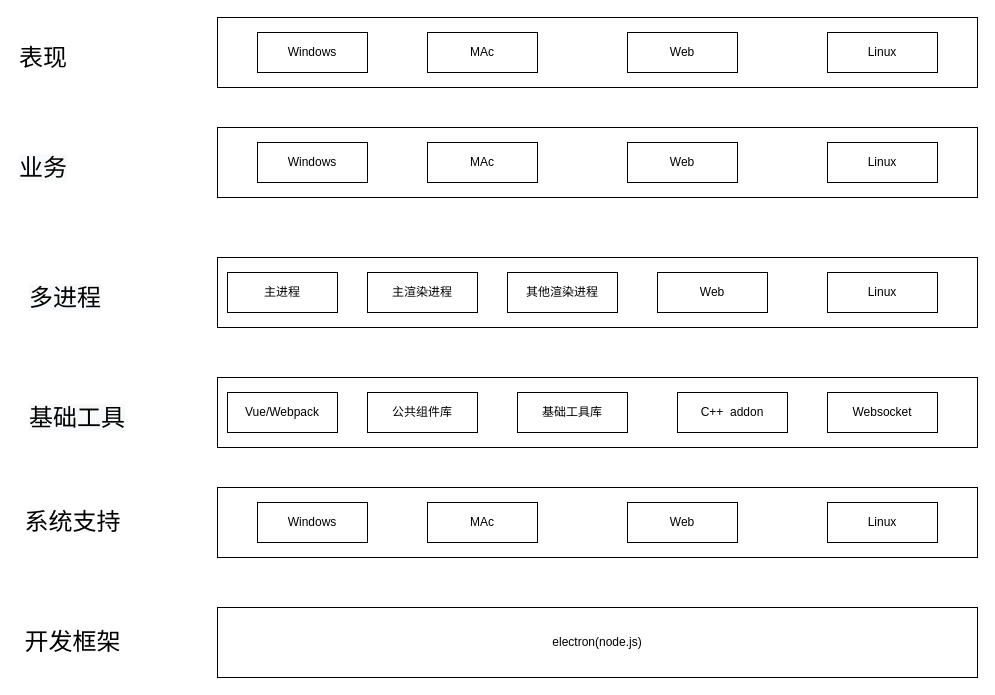
This is all.drawio from oppo-80343438/flowChart, a draw.io file, before an edit. Source tidied: cells renumbered, new cells numbered last; positions are measured from the earlier drawing's top-left corner, leaving out a move shared by most shapes. Both pictures are drawn from the tidied source at 100%, with x=0, y=0 at pixel (17, 17).
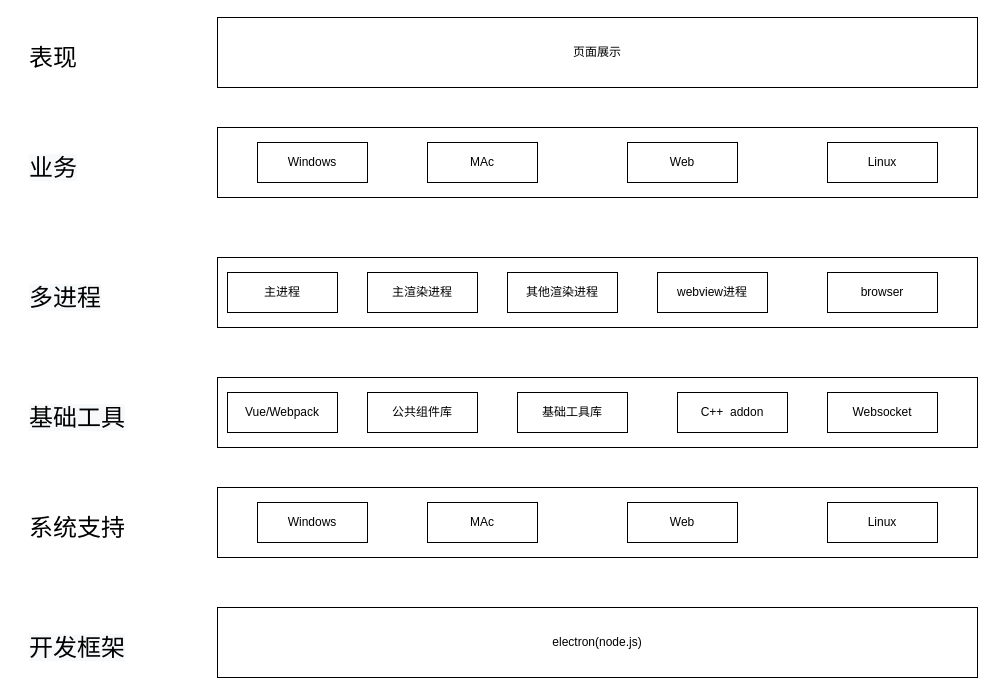
The same page after the edit.

Diff of the diagram source:
```diff
@@
-    <mxCell id="8" value="&lt;font style=&quot;font-size: 24px&quot;&gt;开发框架&lt;/font&gt;" style="text;html=1;align=center;verticalAlign=middle;strokeColor=none;" parent="1" vertex="1">
-      <mxGeometry y="615" width="110" height="20" as="geometry" />
-    </mxCell>
-    <mxCell id="9" value="&lt;font style=&quot;font-size: 24px&quot;&gt;系统支持&lt;/font&gt;" style="text;html=1;align=center;verticalAlign=middle;strokeColor=none;" parent="1" vertex="1">
-      <mxGeometry y="495" width="110" height="20" as="geometry" />
-    </mxCell>
@@
-    <mxCell id="18" value="Linux" style="rounded=0;whiteSpace=wrap;html=1;" parent="1" vertex="1">
+    <mxCell id="18" value="browser" style="rounded=0;whiteSpace=wrap;html=1;" parent="1" vertex="1">
       <mxGeometry x="810" y="255" width="110" height="40" as="geometry" />
     </mxCell>
@@
-    <mxCell id="24" style="rounded=0;whiteSpace=wrap;html=1;" parent="1" vertex="1">
+    <mxCell id="24" value="页面展示" style="rounded=0;whiteSpace=wrap;html=1;" parent="1" vertex="1">
       <mxGeometry x="200" width="760" height="70" as="geometry" />
     </mxCell>
-    <mxCell id="25" value="Windows" style="rounded=0;whiteSpace=wrap;html=1;" parent="1" vertex="1">
-      <mxGeometry x="240" y="15" width="110" height="40" as="geometry" />
-    </mxCell>
-    <mxCell id="26" value="MAc" style="rounded=0;whiteSpace=wrap;html=1;" parent="1" vertex="1">
-      <mxGeometry x="410" y="15" width="110" height="40" as="geometry" />
-    </mxCell>
-    <mxCell id="27" value="Web" style="rounded=0;whiteSpace=wrap;html=1;" parent="1" vertex="1">
-      <mxGeometry x="610" y="15" width="110" height="40" as="geometry" />
-    </mxCell>
-    <mxCell id="28" value="Linux" style="rounded=0;whiteSpace=wrap;html=1;" parent="1" vertex="1">
-      <mxGeometry x="810" y="15" width="110" height="40" as="geometry" />
-    </mxCell>
@@
     <mxCell id="31" value="&lt;span style=&quot;color: rgb(0 , 0 , 0) ; font-family: &amp;#34;helvetica&amp;#34; ; font-size: 24px ; font-style: normal ; font-weight: 400 ; letter-spacing: normal ; text-align: center ; text-indent: 0px ; text-transform: none ; word-spacing: 0px ; background-color: rgb(248 , 249 , 250) ; display: inline ; float: none&quot;&gt;业务&lt;/span&gt;" style="text;whiteSpace=wrap;html=1;" parent="1" vertex="1">
-      <mxGeometry y="130" width="120" height="30" as="geometry" />
+      <mxGeometry x="10" y="130" width="120" height="30" as="geometry" />
     </mxCell>
     <mxCell id="32" value="&lt;div style=&quot;text-align: center&quot;&gt;&lt;span style=&quot;font-size: 24px&quot;&gt;&lt;font face=&quot;helvetica&quot;&gt;表现&lt;/font&gt;&lt;/span&gt;&lt;/div&gt;" style="text;whiteSpace=wrap;html=1;" parent="1" vertex="1">
-      <mxGeometry y="20" width="120" height="30" as="geometry" />
+      <mxGeometry x="10" y="20" width="120" height="30" as="geometry" />
     </mxCell>
@@
-    <mxCell id="35" value="Web" style="rounded=0;whiteSpace=wrap;html=1;" parent="1" vertex="1">
+    <mxCell id="35" value="webview进程" style="rounded=0;whiteSpace=wrap;html=1;" parent="1" vertex="1">
       <mxGeometry x="640" y="255" width="110" height="40" as="geometry" />
     </mxCell>
+    <mxCell id="9" value="&lt;div style=&quot;text-align: center&quot;&gt;&lt;font face=&quot;helvetica&quot;&gt;&lt;span style=&quot;font-size: 24px&quot;&gt;系统支持&lt;/span&gt;&lt;/font&gt;&lt;/div&gt;" style="text;whiteSpace=wrap;html=1;" parent="1" vertex="1">
+      <mxGeometry x="10" y="490" width="120" height="30" as="geometry" />
+    </mxCell>
+    <mxCell id="8" value="&lt;span style=&quot;color: rgb(0 , 0 , 0) ; font-family: &amp;#34;helvetica&amp;#34; ; font-size: 24px ; font-style: normal ; font-weight: 400 ; letter-spacing: normal ; text-align: center ; text-indent: 0px ; text-transform: none ; word-spacing: 0px ; background-color: rgb(248 , 249 , 250) ; display: inline ; float: none&quot;&gt;开发框架&lt;/span&gt;" style="text;whiteSpace=wrap;html=1;" parent="1" vertex="1">
+      <mxGeometry x="10" y="610" width="120" height="30" as="geometry" />
+    </mxCell>
```
